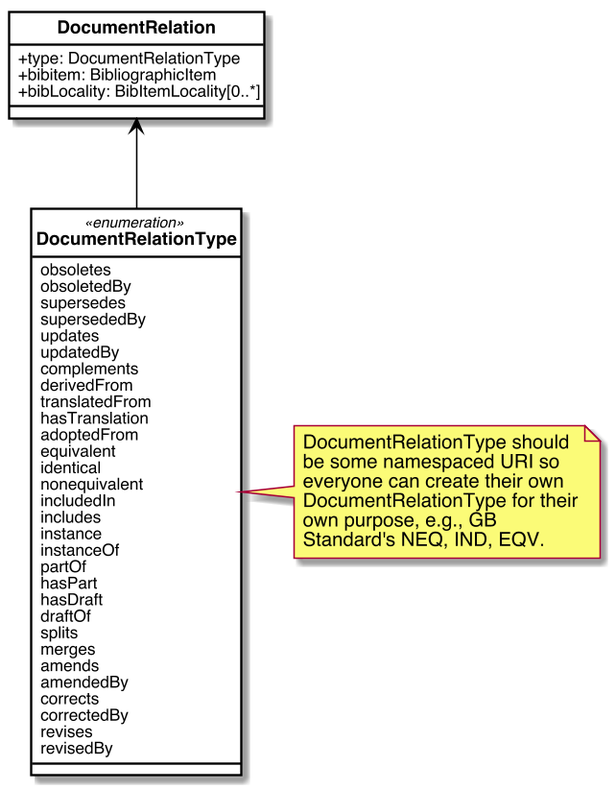
The PlantUML diagram images/RelBib_DocumentRelation.png in relaton/relaton-models, before a commit.
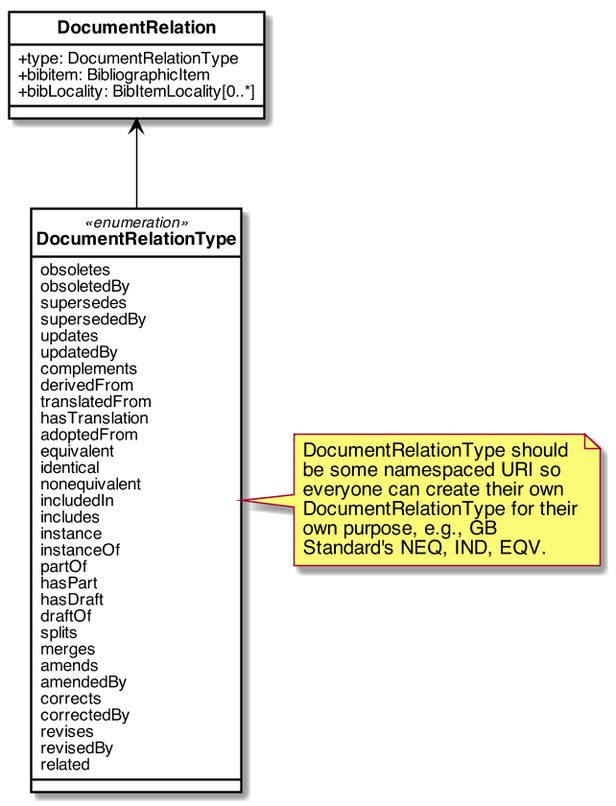
Above is the later version.

Commit message:
related relation: https://github.com/relaton/relaton-itu/issues/25

Diff of the diagram source:
```diff
@@ -78,6 +78,7 @@
     correctedBy
     revises
     revisedBy
+    related
 }
 
 note right of DocumentRelationType: DocumentRelationType should\nbe some namespaced URI so\neveryone can create their own\nDocumentRelationType for their\nown purpose, e.g., GB\nStandard's NEQ, IND, EQV.
```
